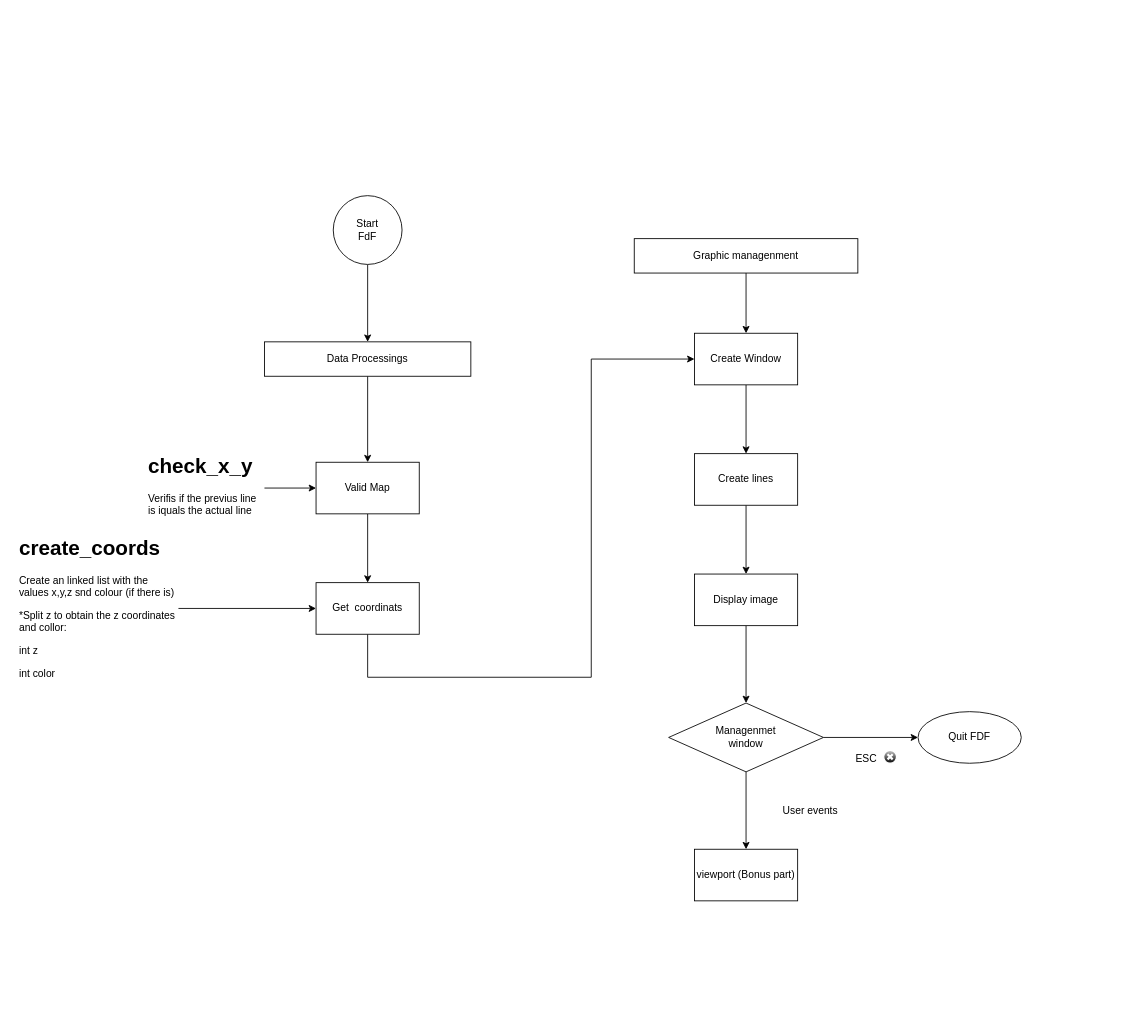
Before: Untitled Diagram.drawio in carlosrocha-dev/fdf, a draw.io diagram. Source tidied: cells renumbered, new cells numbered last; positions are measured from the earlier drawing's top-left corner, leaving out a move shared by most shapes. Both pictures are drawn from the tidied source at 86%, with x=0, y=0 at pixel (15, 195).
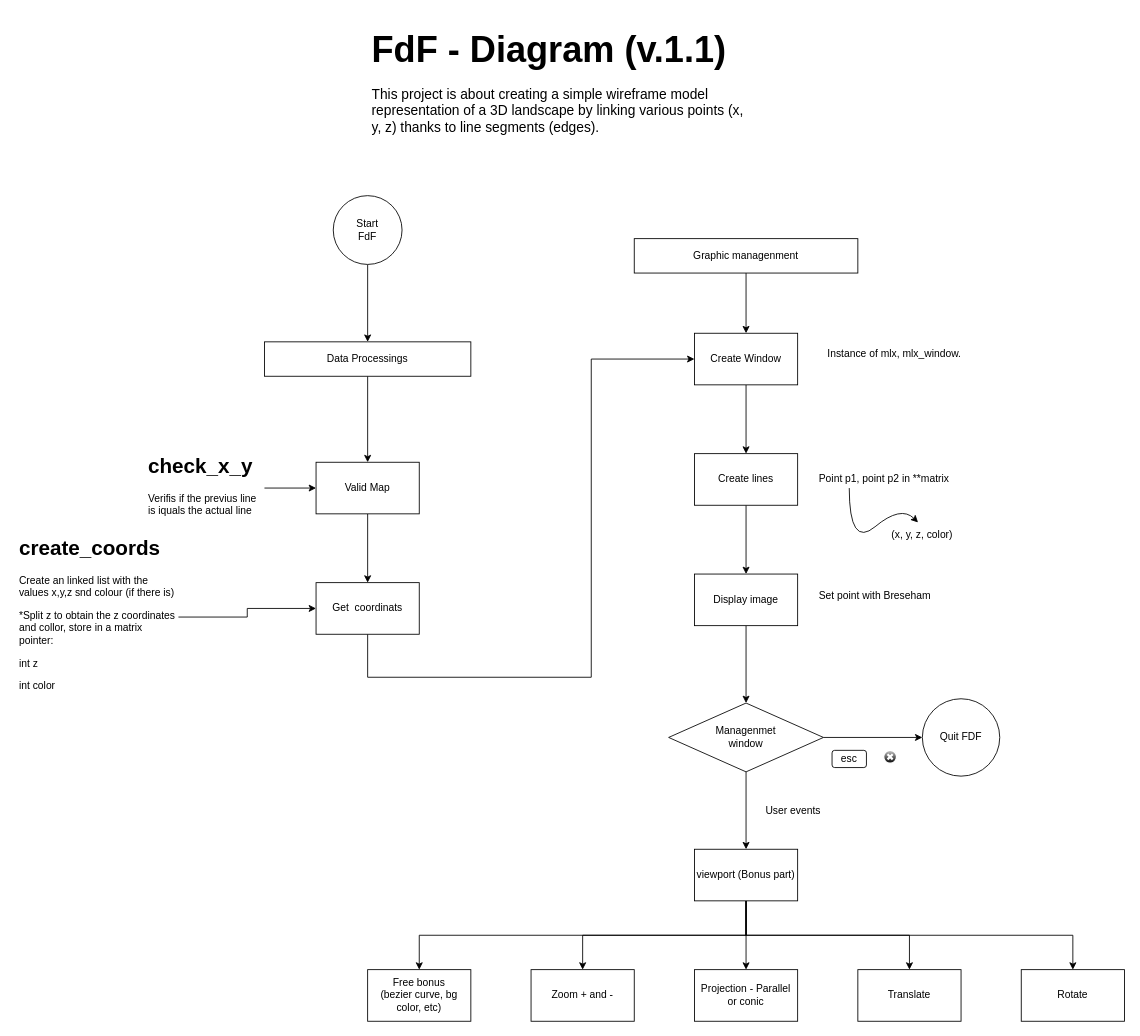
Above is the later version.

Unchanged cells that the change refers to:
```xml
<mxCell id="26" value="viewport (Bonus part)" style="whiteSpace=wrap;html=1;" parent="1" vertex="1">
  <mxGeometry x="790" y="760" width="120" height="60" as="geometry" />
</mxCell>
```

What changed in the source:
```diff
@@
-    <mxCell id="13" value="&lt;h1&gt;create_coords&lt;/h1&gt;&lt;p&gt;Create an linked list with the values x,y,z snd colour (if there is)&lt;/p&gt;&lt;p&gt;*Split z to obtain the z coordinates and collor:&lt;/p&gt;&lt;p&gt;int z&lt;/p&gt;&lt;p&gt;int color&lt;/p&gt;" style="text;html=1;strokeColor=none;fillColor=none;spacing=5;spacingTop=-20;whiteSpace=wrap;overflow=hidden;rounded=0;" parent="1" vertex="1">
-      <mxGeometry y="390" width="190" height="180" as="geometry" />
+    <mxCell id="13" value="&lt;h1&gt;create_coords&lt;/h1&gt;&lt;p&gt;Create an linked list with the values x,y,z snd colour (if there is)&lt;/p&gt;&lt;p&gt;*Split z to obtain the z coordinates and collor, store in a matrix pointer:&lt;/p&gt;&lt;p&gt;int z&lt;/p&gt;&lt;p&gt;int color&lt;/p&gt;" style="text;html=1;strokeColor=none;fillColor=none;spacing=5;spacingTop=-20;whiteSpace=wrap;overflow=hidden;rounded=0;" parent="1" vertex="1">
+      <mxGeometry y="390" width="190" height="200" as="geometry" />
     </mxCell>
@@
     <mxCell id="25" value="Quit FDF" style="ellipse;whiteSpace=wrap;html=1;" parent="1" vertex="1">
-      <mxGeometry x="1050" y="600" width="120" height="60" as="geometry" />
+      <mxGeometry x="1055" y="585" width="90" height="90" as="geometry" />
     </mxCell>
+    <mxCell id="30" style="edgeStyle=orthogonalEdgeStyle;rounded=0;jettySize=auto;html=1;" parent="1" edge="1" source="26" target="41">
+      <mxGeometry relative="1" as="geometry" />
+    </mxCell>
+    <mxCell id="31" style="edgeStyle=orthogonalEdgeStyle;rounded=0;jettySize=auto;html=1;" parent="1" edge="1" source="26" target="42">
+      <mxGeometry relative="1" as="geometry">
+        <Array as="points">
+          <mxPoint x="850" y="860" />
+          <mxPoint x="660" y="860" />
+        </Array>
+      </mxGeometry>
+    </mxCell>
+    <mxCell id="32" style="edgeStyle=orthogonalEdgeStyle;rounded=0;jettySize=auto;html=1;" parent="1" edge="1" source="26" target="43">
+      <mxGeometry relative="1" as="geometry">
+        <Array as="points">
+          <mxPoint x="850" y="860" />
+          <mxPoint x="1040" y="860" />
+        </Array>
+      </mxGeometry>
+    </mxCell>
+    <mxCell id="33" style="edgeStyle=orthogonalEdgeStyle;rounded=0;jettySize=auto;html=1;" parent="1" edge="1" source="26" target="44">
+      <mxGeometry relative="1" as="geometry">
+        <Array as="points">
+          <mxPoint x="850" y="860" />
+          <mxPoint x="1230" y="860" />
+        </Array>
+      </mxGeometry>
+    </mxCell>
+    <mxCell id="34" style="edgeStyle=orthogonalEdgeStyle;rounded=0;jettySize=auto;html=1;" parent="1" edge="1" source="26" target="45">
+      <mxGeometry relative="1" as="geometry">
+        <Array as="points">
+          <mxPoint x="850" y="860" />
+          <mxPoint x="470" y="860" />
+        </Array>
+      </mxGeometry>
+    </mxCell>
@@
-    <mxCell id="27" value="ESC" style="text;html=1;strokeColor=none;fillColor=none;align=center;verticalAlign=middle;whiteSpace=wrap;rounded=0;" parent="1" vertex="1">
-      <mxGeometry x="960" y="640" width="60" height="30" as="geometry" />
-    </mxCell>
@@
     <mxCell id="29" value="User events" style="text;html=1;strokeColor=none;fillColor=none;align=center;verticalAlign=middle;whiteSpace=wrap;rounded=0;" parent="1" vertex="1">
-      <mxGeometry x="870" y="700" width="110" height="30" as="geometry" />
+      <mxGeometry x="850" y="700" width="110" height="30" as="geometry" />
     </mxCell>
+    <mxCell id="35" value="esc" style="rounded=1;whiteSpace=wrap;html=1;" parent="1" vertex="1">
+      <mxGeometry x="950" y="645" width="40" height="20" as="geometry" />
+    </mxCell>
+    <mxCell id="36" value="&lt;h1&gt;&lt;span style=&quot;background-color: initial; font-size: 12px; font-weight: normal;&quot;&gt;Instance of mlx, mlx_window.&lt;/span&gt;&lt;br&gt;&lt;/h1&gt;" style="text;html=1;strokeColor=none;fillColor=none;spacing=5;spacingTop=-20;whiteSpace=wrap;overflow=hidden;rounded=0;" parent="1" vertex="1">
+      <mxGeometry x="940" y="160" width="190" height="50" as="geometry" />
+    </mxCell>
+    <mxCell id="37" value="&lt;h1&gt;&lt;span style=&quot;background-color: initial; font-size: 12px; font-weight: normal;&quot;&gt;Point p1, point p2 in **matrix&amp;nbsp;&lt;/span&gt;&lt;br&gt;&lt;/h1&gt;" style="text;html=1;strokeColor=none;fillColor=none;spacing=5;spacingTop=-20;whiteSpace=wrap;overflow=hidden;rounded=0;" parent="1" vertex="1">
+      <mxGeometry x="930" y="305" width="190" height="50" as="geometry" />
+    </mxCell>
+    <mxCell id="38" style="curved=1;endArrow=classic;html=1;rounded=0;" parent="1" edge="1">
+      <mxGeometry relative="1" as="geometry">
+        <mxPoint x="970" y="340" as="sourcePoint" />
+        <mxPoint x="1050" y="380" as="targetPoint" />
+        <Array as="points">
+          <mxPoint x="970" y="410" />
+          <mxPoint x="1030" y="360" />
+        </Array>
+      </mxGeometry>
+    </mxCell>
+    <mxCell id="39" value="(x, y, z, color)" style="text;html=1;strokeColor=none;fillColor=none;align=center;verticalAlign=middle;whiteSpace=wrap;rounded=0;" parent="1" vertex="1">
+      <mxGeometry x="1010" y="380" width="90" height="30" as="geometry" />
+    </mxCell>
+    <mxCell id="40" value="&lt;br&gt;&lt;br&gt;Set point with Breseham" style="text;html=1;strokeColor=none;fillColor=none;spacing=5;spacingTop=-20;whiteSpace=wrap;overflow=hidden;rounded=0;" parent="1" vertex="1">
+      <mxGeometry x="930" y="440" width="190" height="50" as="geometry" />
+    </mxCell>
+    <mxCell id="41" value="Projection - Parallel or conic" style="whiteSpace=wrap;html=1;" parent="1" vertex="1">
+      <mxGeometry x="790" y="900" width="120" height="60" as="geometry" />
+    </mxCell>
+    <mxCell id="42" value="Zoom + and -" style="whiteSpace=wrap;html=1;" parent="1" vertex="1">
+      <mxGeometry x="600" y="900" width="120" height="60" as="geometry" />
+    </mxCell>
+    <mxCell id="43" value="Translate" style="whiteSpace=wrap;html=1;" parent="1" vertex="1">
+      <mxGeometry x="980" y="900" width="120" height="60" as="geometry" />
+    </mxCell>
+    <mxCell id="44" value="Rotate" style="whiteSpace=wrap;html=1;" parent="1" vertex="1">
+      <mxGeometry x="1170" y="900" width="120" height="60" as="geometry" />
+    </mxCell>
+    <mxCell id="45" value="Free bonus&lt;br&gt;(bezier curve, bg color, etc)" style="whiteSpace=wrap;html=1;" parent="1" vertex="1">
+      <mxGeometry x="410" y="900" width="120" height="60" as="geometry" />
+    </mxCell>
+    <mxCell id="46" value="&lt;h1&gt;&lt;span style=&quot;background-color: initial;&quot;&gt;&lt;font style=&quot;font-size: 42px;&quot;&gt;FdF - Diagram (v.1.1)&lt;/font&gt;&lt;/span&gt;&lt;/h1&gt;&lt;h1&gt;&lt;/h1&gt;&lt;font style=&quot;font-size: 16px;&quot;&gt;This project is about creating a simple wireframe model representation of a 3D landscape by linking various points (x, y, z) thanks to line segments (edges).&lt;/font&gt;" style="text;html=1;strokeColor=none;fillColor=none;spacing=5;spacingTop=-20;whiteSpace=wrap;overflow=hidden;rounded=0;" parent="1" vertex="1">
+      <mxGeometry x="410" y="-200" width="450" height="160" as="geometry" />
+    </mxCell>
```
